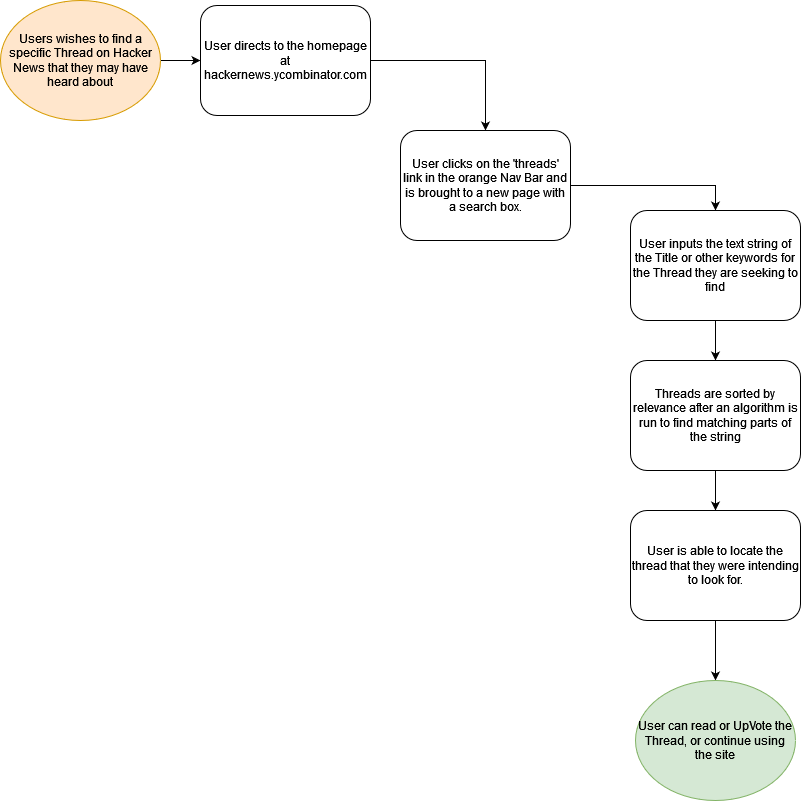
The draw.io diagram BusinessModels/SearchThreads.drawio.png in ruskpr/PROG210_Assignment3, before a commit. Source tidied: cells renumbered, new cells last; positions are measured from the earlier drawing's top-left corner, leaving out a move shared by most shapes. Its diagram source:
```xml
<mxGraphModel>
  <root>
    <mxCell id="0" />
    <mxCell id="1" parent="0" />
    <mxCell id="2" style="edgeStyle=orthogonalEdgeStyle;rounded=0;jettySize=auto;html=1;" parent="1" edge="1" source="3" target="5">
      <mxGeometry relative="1" as="geometry" />
    </mxCell>
    <mxCell id="3" value="Users wishes to find a specific Thread on Hacker News that they may have heard about" style="ellipse;whiteSpace=wrap;html=1;fillColor=#ffe6cc;strokeColor=#d79b00;" parent="1" vertex="1">
      <mxGeometry width="160" height="120" as="geometry" />
    </mxCell>
    <mxCell id="4" style="edgeStyle=orthogonalEdgeStyle;rounded=0;jettySize=auto;html=1;entryX=0.5;entryY=0;entryDx=0;entryDy=0;" parent="1" edge="1" source="5" target="7">
      <mxGeometry relative="1" as="geometry" />
    </mxCell>
    <mxCell id="5" value="User directs to the homepage at hackernews.ycombinator.com" style="rounded=1;whiteSpace=wrap;html=1;" parent="1" vertex="1">
      <mxGeometry x="200" y="5" width="170" height="110" as="geometry" />
    </mxCell>
    <mxCell id="6" style="edgeStyle=orthogonalEdgeStyle;rounded=0;jettySize=auto;html=1;entryX=0.5;entryY=0;entryDx=0;entryDy=0;" parent="1" edge="1" source="7" target="15">
      <mxGeometry relative="1" as="geometry" />
    </mxCell>
    <mxCell id="7" value="User clicks on the 'threads' link in the orange Nav Bar and is brought to a new page with a search box." style="rounded=1;whiteSpace=wrap;html=1;" parent="1" vertex="1">
      <mxGeometry x="400" y="130" width="170" height="110" as="geometry" />
    </mxCell>
    <mxCell id="8" style="edgeStyle=orthogonalEdgeStyle;rounded=0;jettySize=auto;html=1;exitX=0.5;exitY=1;exitDx=0;exitDy=0;" parent="1" edge="1" target="10">
      <mxGeometry relative="1" as="geometry">
        <mxPoint x="715" y="320" as="sourcePoint" />
      </mxGeometry>
    </mxCell>
    <mxCell id="9" style="edgeStyle=orthogonalEdgeStyle;rounded=0;jettySize=auto;html=1;" parent="1" edge="1" source="10" target="12">
      <mxGeometry relative="1" as="geometry" />
    </mxCell>
    <mxCell id="10" value="Threads are sorted by relevance after an algorithm is run to find matching parts of the string" style="rounded=1;whiteSpace=wrap;html=1;" parent="1" vertex="1">
      <mxGeometry x="630" y="360" width="170" height="110" as="geometry" />
    </mxCell>
    <mxCell id="11" style="edgeStyle=orthogonalEdgeStyle;rounded=0;jettySize=auto;html=1;" parent="1" edge="1" source="12" target="13">
      <mxGeometry relative="1" as="geometry" />
    </mxCell>
    <mxCell id="12" value="User is able to locate the thread that they were intending to look for." style="rounded=1;whiteSpace=wrap;html=1;" parent="1" vertex="1">
      <mxGeometry x="630" y="510" width="170" height="110" as="geometry" />
    </mxCell>
    <mxCell id="13" value="User can read or UpVote the Thread, or continue using the site" style="ellipse;whiteSpace=wrap;html=1;fillColor=#d5e8d4;strokeColor=#82b366;" parent="1" vertex="1">
      <mxGeometry x="635" y="680" width="160" height="120" as="geometry" />
    </mxCell>
    <mxCell id="14" style="edgeStyle=orthogonalEdgeStyle;rounded=0;orthogonalLoop=1;jettySize=auto;html=1;exitX=0.5;exitY=1;exitDx=0;exitDy=0;" parent="1" edge="1">
      <mxGeometry relative="1" as="geometry">
        <mxPoint x="715" y="320" as="sourcePoint" />
        <mxPoint x="715" y="320" as="targetPoint" />
      </mxGeometry>
    </mxCell>
    <mxCell id="15" value="User inputs the text string of the Title or other keywords for the Thread they are seeking to find" style="rounded=1;whiteSpace=wrap;html=1;" parent="1" vertex="1">
      <mxGeometry x="630" y="210" width="170" height="110" as="geometry" />
    </mxCell>
  </root>
</mxGraphModel>
```
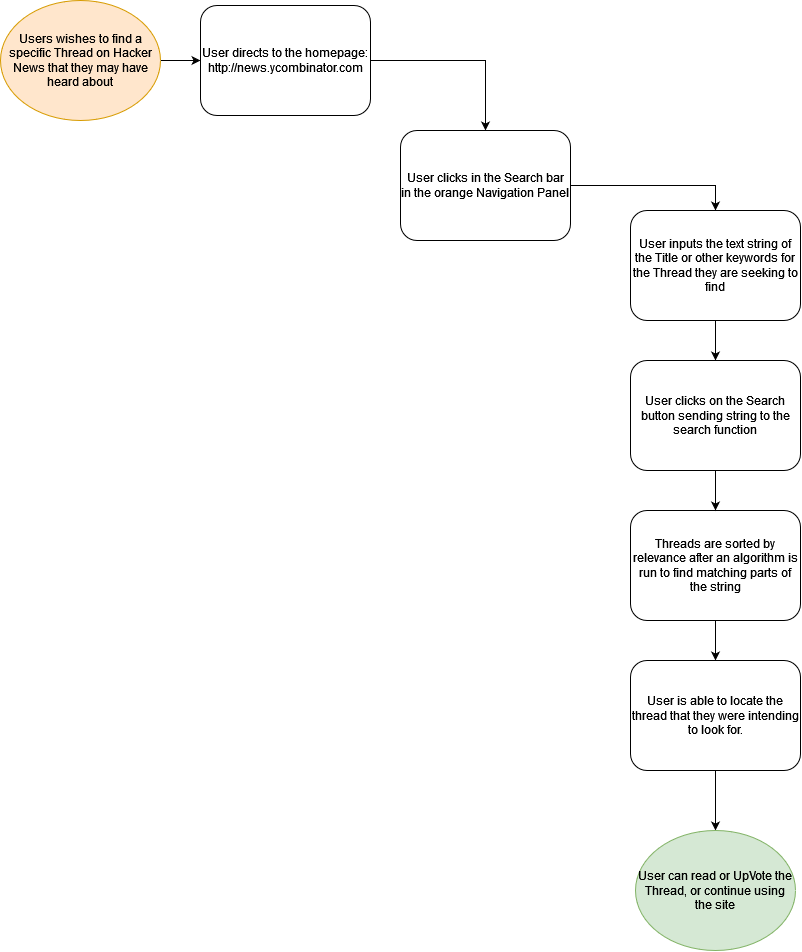
The same file after the commit.

Commit message:
Add update business model diagrams

What changed in the source:
```diff
@@ -11,34 +11,29 @@
     <mxCell id="4" style="edgeStyle=orthogonalEdgeStyle;rounded=0;jettySize=auto;html=1;entryX=0.5;entryY=0;entryDx=0;entryDy=0;" parent="1" edge="1" source="5" target="7">
       <mxGeometry relative="1" as="geometry" />
     </mxCell>
-    <mxCell id="5" value="User directs to the homepage at hackernews.ycombinator.com" style="rounded=1;whiteSpace=wrap;html=1;" parent="1" vertex="1">
+    <mxCell id="5" value="&lt;div&gt;User directs to the homepage:&lt;/div&gt;http://news.ycombinator.com" style="rounded=1;whiteSpace=wrap;html=1;" parent="1" vertex="1">
       <mxGeometry x="200" y="5" width="170" height="110" as="geometry" />
     </mxCell>
     <mxCell id="6" style="edgeStyle=orthogonalEdgeStyle;rounded=0;jettySize=auto;html=1;entryX=0.5;entryY=0;entryDx=0;entryDy=0;" parent="1" edge="1" source="7" target="15">
       <mxGeometry relative="1" as="geometry" />
     </mxCell>
-    <mxCell id="7" value="User clicks on the 'threads' link in the orange Nav Bar and is brought to a new page with a search box." style="rounded=1;whiteSpace=wrap;html=1;" parent="1" vertex="1">
+    <mxCell id="7" value="User clicks in the Search bar in the orange Navigation Panel" style="rounded=1;whiteSpace=wrap;html=1;" parent="1" vertex="1">
       <mxGeometry x="400" y="130" width="170" height="110" as="geometry" />
     </mxCell>
-    <mxCell id="8" style="edgeStyle=orthogonalEdgeStyle;rounded=0;jettySize=auto;html=1;exitX=0.5;exitY=1;exitDx=0;exitDy=0;" parent="1" edge="1" target="10">
-      <mxGeometry relative="1" as="geometry">
-        <mxPoint x="715" y="320" as="sourcePoint" />
-      </mxGeometry>
-    </mxCell>
     <mxCell id="9" style="edgeStyle=orthogonalEdgeStyle;rounded=0;jettySize=auto;html=1;" parent="1" edge="1" source="10" target="12">
       <mxGeometry relative="1" as="geometry" />
     </mxCell>
     <mxCell id="10" value="Threads are sorted by relevance after an algorithm is run to find matching parts of the string" style="rounded=1;whiteSpace=wrap;html=1;" parent="1" vertex="1">
-      <mxGeometry x="630" y="360" width="170" height="110" as="geometry" />
+      <mxGeometry x="630" y="510" width="170" height="110" as="geometry" />
     </mxCell>
     <mxCell id="11" style="edgeStyle=orthogonalEdgeStyle;rounded=0;jettySize=auto;html=1;" parent="1" edge="1" source="12" target="13">
       <mxGeometry relative="1" as="geometry" />
     </mxCell>
     <mxCell id="12" value="User is able to locate the thread that they were intending to look for." style="rounded=1;whiteSpace=wrap;html=1;" parent="1" vertex="1">
-      <mxGeometry x="630" y="510" width="170" height="110" as="geometry" />
+      <mxGeometry x="630" y="660" width="170" height="110" as="geometry" />
     </mxCell>
     <mxCell id="13" value="User can read or UpVote the Thread, or continue using the site" style="ellipse;whiteSpace=wrap;html=1;fillColor=#d5e8d4;strokeColor=#82b366;" parent="1" vertex="1">
-      <mxGeometry x="635" y="680" width="160" height="120" as="geometry" />
+      <mxGeometry x="635" y="830" width="160" height="120" as="geometry" />
     </mxCell>
     <mxCell id="14" style="edgeStyle=orthogonalEdgeStyle;rounded=0;orthogonalLoop=1;jettySize=auto;html=1;exitX=0.5;exitY=1;exitDx=0;exitDy=0;" parent="1" edge="1">
       <mxGeometry relative="1" as="geometry">
@@ -46,8 +41,17 @@
         <mxPoint x="715" y="320" as="targetPoint" />
       </mxGeometry>
     </mxCell>
+    <mxCell id="16" style="edgeStyle=orthogonalEdgeStyle;rounded=0;jettySize=auto;html=1;" parent="1" edge="1" source="15" target="18">
+      <mxGeometry relative="1" as="geometry" />
+    </mxCell>
     <mxCell id="15" value="User inputs the text string of the Title or other keywords for the Thread they are seeking to find" style="rounded=1;whiteSpace=wrap;html=1;" parent="1" vertex="1">
       <mxGeometry x="630" y="210" width="170" height="110" as="geometry" />
     </mxCell>
+    <mxCell id="17" style="edgeStyle=orthogonalEdgeStyle;rounded=0;jettySize=auto;html=1;" parent="1" edge="1" source="18" target="10">
+      <mxGeometry relative="1" as="geometry" />
+    </mxCell>
+    <mxCell id="18" value="User clicks on the Search button sending string to the search function" style="rounded=1;whiteSpace=wrap;html=1;" parent="1" vertex="1">
+      <mxGeometry x="630" y="360" width="170" height="110" as="geometry" />
+    </mxCell>
   </root>
 </mxGraphModel>
```
